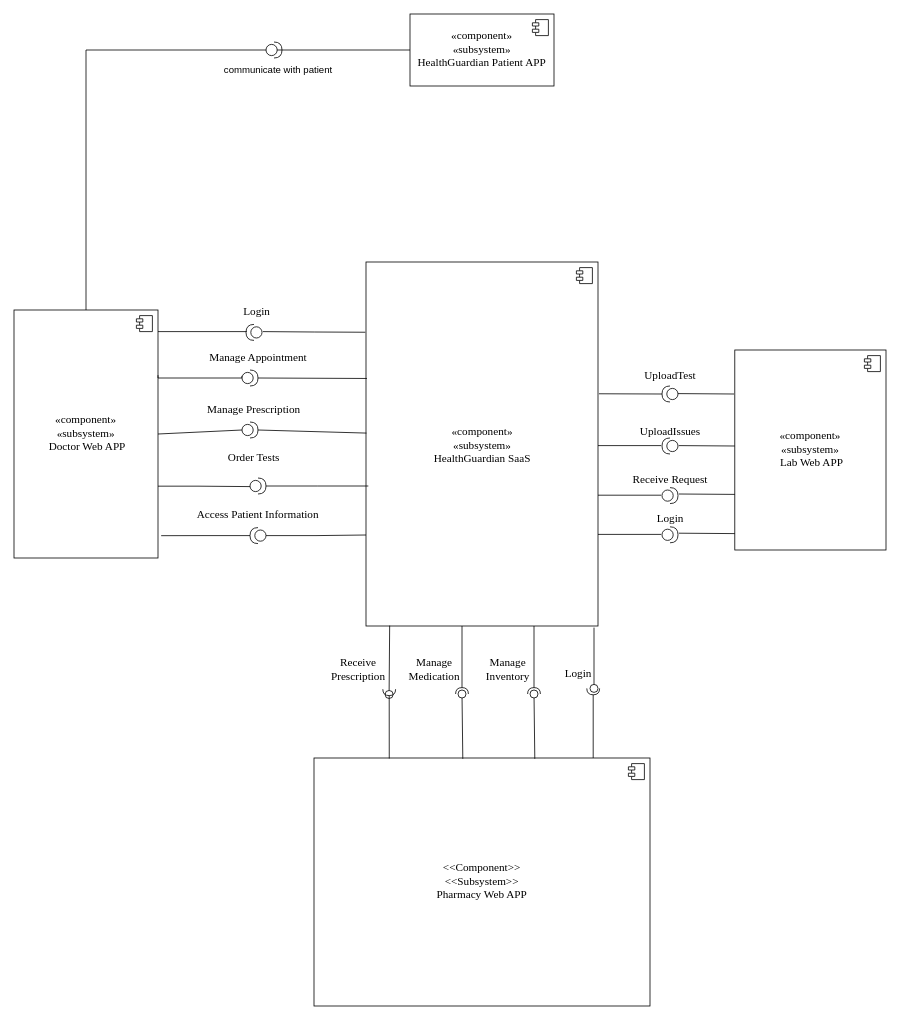
FOMOKN/Software-Engineering keeps this draw.io diagram as Architectural Design.drawio. Above is the earlier version. Source tidied: cells renumbered, new cells numbered last; positions are measured from the earlier drawing's top-left corner, leaving out a move shared by most shapes. Both pictures are drawn from the tidied source at 80%, with x=0, y=0 at pixel (14, 14).
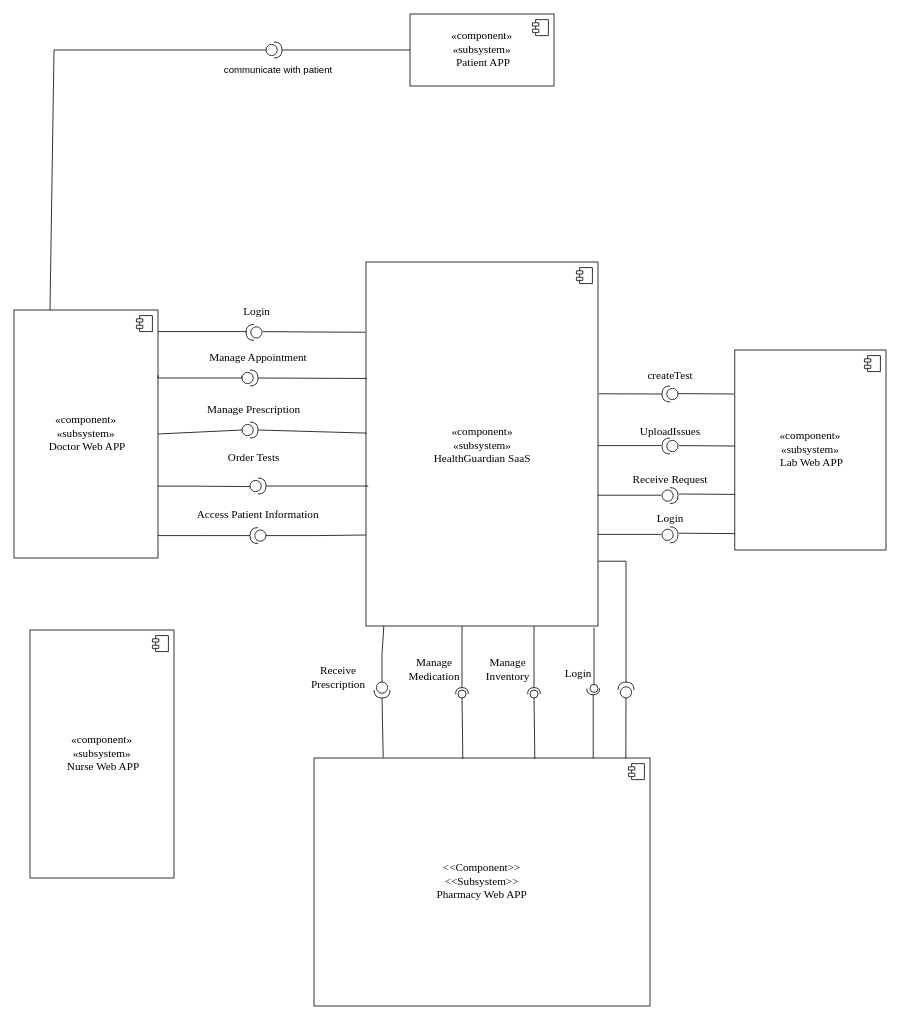
Above is the later version.

The change refers to these unchanged cells:
```xml
<mxCell id="3" value="&lt;font style=&quot;font-size: 14px;&quot; face=&quot;Times New Roman&quot;&gt;«component»&lt;br style=&quot;border-color: var(--border-color);&quot;&gt;&lt;span style=&quot;&quot;&gt;«subsystem»&lt;/span&gt;&lt;br style=&quot;border-color: var(--border-color);&quot;&gt;&lt;span style=&quot;&quot;&gt;&amp;nbsp;Doctor Web APP&lt;/span&gt;&lt;/font&gt;" style="html=1;whiteSpace=wrap;" parent="1" vertex="1">
  <mxGeometry y="370" width="180" height="310" as="geometry" />
</mxCell>
<mxCell id="7" value="&lt;font style=&quot;font-size: 14px;&quot;&gt;&amp;lt;&amp;lt;Component&amp;gt;&amp;gt;&lt;br style=&quot;border-color: var(--border-color); font-size: 14px;&quot;&gt;&lt;span style=&quot;font-size: 14px;&quot;&gt;&amp;lt;&amp;lt;Subsystem&amp;gt;&amp;gt;&lt;/span&gt;&lt;br style=&quot;border-color: var(--border-color); font-size: 14px;&quot;&gt;&lt;span style=&quot;font-size: 14px;&quot;&gt;Pharmacy Web APP&lt;/span&gt;&lt;/font&gt;" style="html=1;whiteSpace=wrap;fontSize=14;fontFamily=Times New Roman;" parent="1" vertex="1">
  <mxGeometry x="375" y="930" width="420" height="310" as="geometry" />
</mxCell>
<mxCell id="9" style="html=1;whiteSpace=wrap;" parent="1" vertex="1">
  <mxGeometry x="440" y="310" width="290" height="455" as="geometry" />
</mxCell>
<mxCell id="23" style="shape=providedRequiredInterface;html=1;verticalLabelPosition=bottom;sketch=0;direction=west;" parent="1" vertex="1">
  <mxGeometry x="295" y="642" width="20" height="20" as="geometry" />
</mxCell>
<mxCell id="28" style="shape=providedRequiredInterface;html=1;verticalLabelPosition=bottom;sketch=0;" parent="1" vertex="1">
  <mxGeometry x="315" y="35" width="20" height="20" as="geometry" />
</mxCell>
```

Diff of the diagram source:
```diff
@@
-    <mxCell id="2" style="edgeStyle=orthogonalEdgeStyle;rounded=0;jettySize=auto;html=1;exitX=0.5;exitY=0;exitDx=0;exitDy=0;entryX=0;entryY=0.5;entryDx=0;entryDy=0;endArrow=none;endFill=0;" parent="1" edge="1" source="3" target="26">
-      <mxGeometry relative="1" as="geometry" />
-    </mxCell>
@@
-    <mxCell id="25" style="edgeStyle=orthogonalEdgeStyle;rounded=0;jettySize=auto;html=1;exitX=1;exitY=0.5;exitDx=0;exitDy=0;exitPerimeter=0;entryX=1.022;entryY=0.91;entryDx=0;entryDy=0;entryPerimeter=0;endArrow=none;endFill=0;" parent="1" edge="1" source="23" target="3">
-      <mxGeometry relative="1" as="geometry" />
+    <mxCell id="25" style="edgeStyle=orthogonalEdgeStyle;rounded=0;jettySize=auto;html=1;exitX=1;exitY=0.5;exitDx=0;exitDy=0;exitPerimeter=0;endArrow=none;endFill=0;" parent="1" edge="1" source="23">
+      <mxGeometry relative="1" as="geometry">
+        <mxPoint x="180" y="652" as="targetPoint" />
+      </mxGeometry>
     </mxCell>
-    <mxCell id="26" value="«component»&lt;br style=&quot;border-color: var(--border-color); font-size: 14px;&quot;&gt;«subsystem»&lt;br style=&quot;border-color: var(--border-color); font-size: 14px;&quot;&gt;&lt;span style=&quot;border-color: var(--border-color); font-size: 14px;&quot;&gt;HealthGuardian Patient APP&lt;/span&gt;" style="html=1;whiteSpace=wrap;fontFamily=Times New Roman;fontSize=14;" parent="1" vertex="1">
+    <mxCell id="26" value="«component»&lt;br style=&quot;border-color: var(--border-color); font-size: 14px;&quot;&gt;«subsystem»&lt;br style=&quot;border-color: var(--border-color); font-size: 14px;&quot;&gt;&lt;span style=&quot;border-color: var(--border-color); font-size: 14px;&quot;&gt;&amp;nbsp;Patient APP&lt;/span&gt;" style="html=1;whiteSpace=wrap;fontFamily=Times New Roman;fontSize=14;" parent="1" vertex="1">
       <mxGeometry x="495" width="180" height="90" as="geometry" />
     </mxCell>
@@
-    <mxCell id="39" value="UploadTest" style="text;html=1;align=center;verticalAlign=middle;strokeColor=none;fillColor=none;fontFamily=Times New Roman;fontSize=14;" parent="1" vertex="1">
-      <mxGeometry x="775" y="438" width="90" height="30" as="geometry" />
+    <mxCell id="39" value="createTest" style="text;html=1;align=center;verticalAlign=middle;strokeColor=none;fillColor=none;fontFamily=Times New Roman;fontSize=14;" parent="1" vertex="1">
+      <mxGeometry x="780" y="438" width="80" height="30" as="geometry" />
     </mxCell>
@@
-    <mxCell id="42" style="rounded=0;jettySize=auto;html=1;endArrow=halfCircle;endFill=0;endSize=6;strokeWidth=1;sketch=0;exitX=0.224;exitY=0.002;exitDx=0;exitDy=0;exitPerimeter=0;" parent="1" edge="1" source="7">
-      <mxGeometry relative="1" as="geometry">
-        <mxPoint x="469" y="844" as="targetPoint" />
-      </mxGeometry>
-    </mxCell>
-    <mxCell id="43" style="rounded=0;jettySize=auto;html=1;endArrow=oval;endFill=0;sketch=0;sourcePerimeterSpacing=0;targetPerimeterSpacing=0;endSize=10;exitX=0.102;exitY=0.999;exitDx=0;exitDy=0;exitPerimeter=0;entryX=0.932;entryY=1.112;entryDx=0;entryDy=0;entryPerimeter=0;" parent="1" edge="1" source="9" target="45">
-      <mxGeometry relative="1" as="geometry" />
-    </mxCell>
@@
     <mxCell id="45" value="Receive&lt;br style=&quot;font-size: 14px;&quot;&gt;Prescription" style="text;html=1;align=center;verticalAlign=middle;points=[];strokeColor=none;fillColor=none;fontFamily=Times New Roman;fontSize=14;" parent="1" vertex="1">
-      <mxGeometry x="385" y="795" width="90" height="50" as="geometry" />
+      <mxGeometry x="360" y="805" width="90" height="50" as="geometry" />
     </mxCell>
@@
+    <mxCell id="66" style="endArrow=none;html=1;rounded=0;exitX=0.25;exitY=0;exitDx=0;exitDy=0;entryX=0;entryY=0.5;entryDx=0;entryDy=0;entryPerimeter=0;" parent="1" edge="1" source="3" target="28">
+      <mxGeometry relative="1" as="geometry">
+        <Array as="points">
+          <mxPoint x="50" y="45" />
+        </Array>
+      </mxGeometry>
+    </mxCell>
+    <mxCell id="67" style="endArrow=none;html=1;rounded=0;entryX=1;entryY=0.5;entryDx=0;entryDy=0;entryPerimeter=0;exitX=0;exitY=0.5;exitDx=0;exitDy=0;" parent="1" edge="1" source="26" target="28">
+      <mxGeometry relative="1" as="geometry" />
+    </mxCell>
+    <mxCell id="68" style="shape=providedRequiredInterface;html=1;verticalLabelPosition=bottom;sketch=0;direction=west;rotation=-90;" parent="1" vertex="1">
+      <mxGeometry x="450" y="835" width="20" height="20" as="geometry" />
+    </mxCell>
+    <mxCell id="69" style="endArrow=none;html=1;rounded=0;entryX=0.077;entryY=0.999;entryDx=0;entryDy=0;entryPerimeter=0;exitX=0;exitY=0.5;exitDx=0;exitDy=0;exitPerimeter=0;" parent="1" edge="1" source="68" target="9">
+      <mxGeometry relative="1" as="geometry">
+        <Array as="points">
+          <mxPoint x="460" y="800" />
+        </Array>
+      </mxGeometry>
+    </mxCell>
+    <mxCell id="70" style="endArrow=none;html=1;rounded=0;entryX=1;entryY=0.5;entryDx=0;entryDy=0;entryPerimeter=0;exitX=0.206;exitY=-0.002;exitDx=0;exitDy=0;exitPerimeter=0;" parent="1" edge="1" source="7" target="68">
+      <mxGeometry relative="1" as="geometry" />
+    </mxCell>
+    <mxCell id="71" style="endArrow=none;html=1;rounded=0;exitX=0;exitY=0.5;exitDx=0;exitDy=0;exitPerimeter=0;entryX=0.928;entryY=0.001;entryDx=0;entryDy=0;entryPerimeter=0;" parent="1" edge="1" source="72" target="7">
+      <mxGeometry relative="1" as="geometry" />
+    </mxCell>
+    <mxCell id="72" style="shape=providedRequiredInterface;html=1;verticalLabelPosition=bottom;sketch=0;direction=west;rotation=90;" parent="1" vertex="1">
+      <mxGeometry x="755" y="835" width="20" height="20" as="geometry" />
+    </mxCell>
+    <mxCell id="73" style="endArrow=none;html=1;rounded=0;exitX=1;exitY=0.5;exitDx=0;exitDy=0;exitPerimeter=0;entryX=1.001;entryY=0.822;entryDx=0;entryDy=0;entryPerimeter=0;" parent="1" edge="1" source="72" target="9">
+      <mxGeometry relative="1" as="geometry">
+        <Array as="points">
+          <mxPoint x="765" y="684" />
+        </Array>
+      </mxGeometry>
+    </mxCell>
+    <mxCell id="74" value="&lt;font style=&quot;font-size: 14px;&quot; face=&quot;Times New Roman&quot;&gt;«component»&lt;br style=&quot;border-color: var(--border-color);&quot;&gt;&lt;span style=&quot;&quot;&gt;«subsystem»&lt;/span&gt;&lt;br style=&quot;border-color: var(--border-color);&quot;&gt;&lt;span style=&quot;&quot;&gt;&amp;nbsp;Nurse Web APP&lt;/span&gt;&lt;/font&gt;" style="html=1;whiteSpace=wrap;" parent="1" vertex="1">
+      <mxGeometry x="20" y="770" width="180" height="310" as="geometry" />
+    </mxCell>
+    <mxCell id="75" style="shape=module;jettyWidth=8;jettyHeight=4;" parent="74" vertex="1">
+      <mxGeometry x="1" width="20" height="20" relative="1" as="geometry">
+        <mxPoint x="-27" y="7" as="offset" />
+      </mxGeometry>
+    </mxCell>
```
